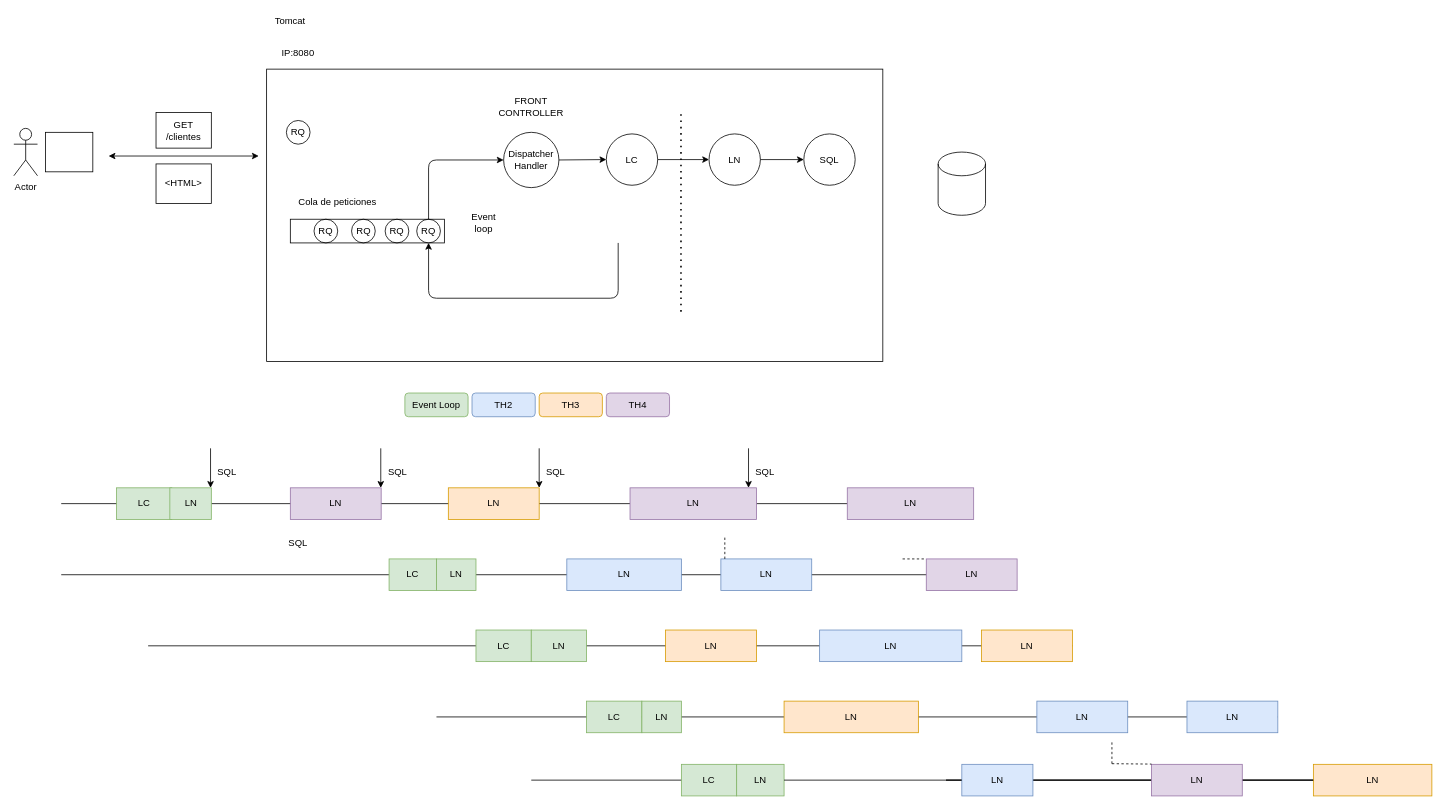
This is page "Página-13" (13 of 20) of panel_microservicios_webflux_05_2022.drawio from lrag/WebFlux, a draw.io file, before an edit. Source tidied: cells renumbered, new cells numbered last; positions are measured from the earlier drawing's top-left corner, leaving out a move shared by most shapes. Both pictures are drawn from the tidied source at 79%, with x=0, y=0 at pixel (13, 13).
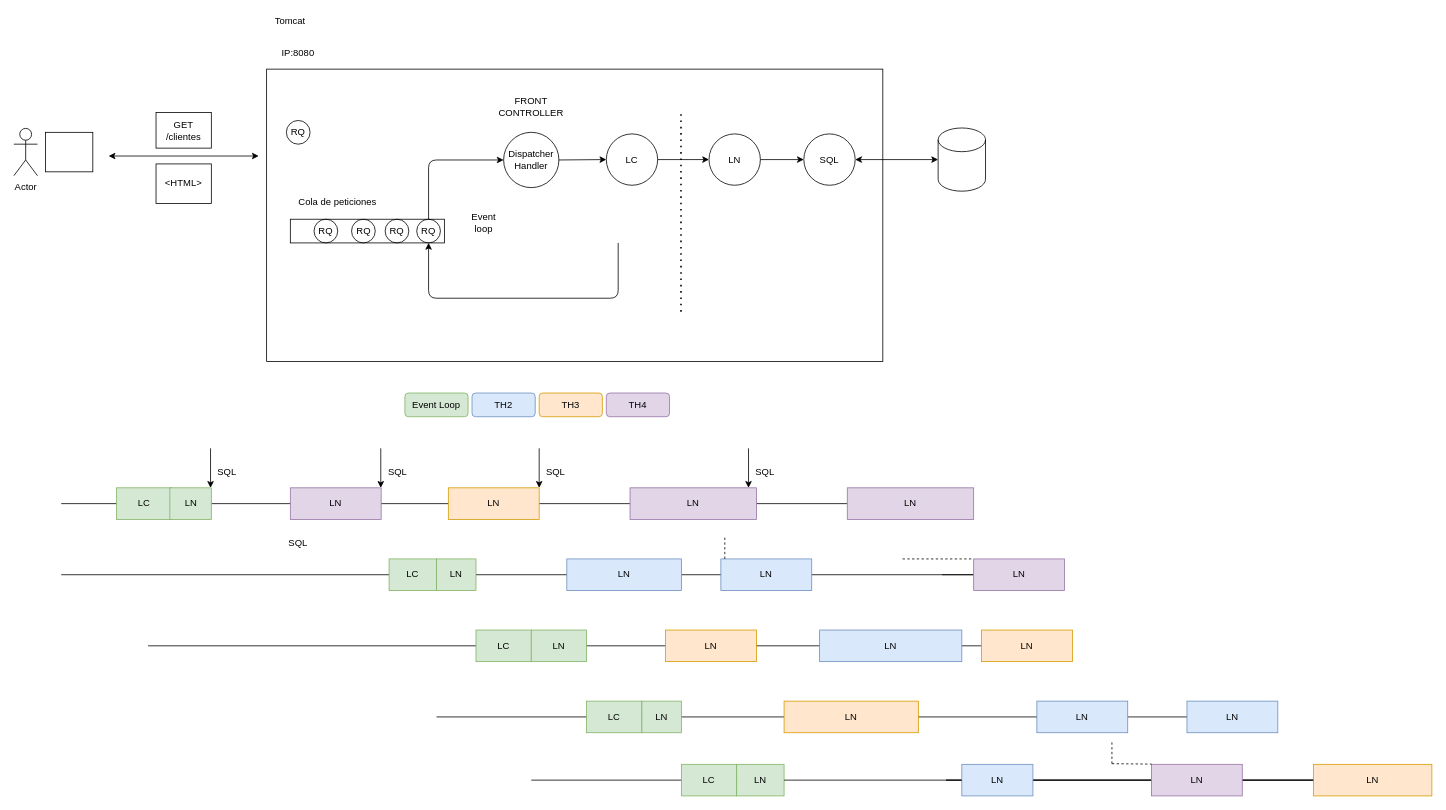
The same page after the edit.

Unchanged cells that the change refers to:
```xml
<mxCell id="83" value="SQL" style="ellipse;whiteSpace=wrap;html=1;fillColor=none;" parent="1" vertex="1">
  <mxGeometry x="1000" y="152" width="65" height="65" as="geometry" />
</mxCell>
```

The edit, as a diff of the source:
```diff
@@
     <mxCell id="21" style="shape=cylinder3;whiteSpace=wrap;html=1;boundedLbl=1;backgroundOutline=1;size=15;fillColor=none;" parent="1" vertex="1">
-      <mxGeometry x="1170" y="175" width="60" height="80" as="geometry" />
+      <mxGeometry x="1170" y="144.5" width="60" height="80" as="geometry" />
     </mxCell>
@@
     <mxCell id="38" value="LN" style="rounded=0;whiteSpace=wrap;html=1;fillColor=#e1d5e7;strokeColor=#9673a6;" parent="1" vertex="1">
-      <mxGeometry x="1155" y="690" width="115" height="40" as="geometry" />
+      <mxGeometry x="1215" y="690" width="115" height="40" as="geometry" />
     </mxCell>
@@
+    <mxCell id="86" style="endArrow=classic;startArrow=classic;html=1;rounded=0;exitX=1;exitY=0.5;exitDx=0;exitDy=0;" parent="1" edge="1" source="83" target="21">
+      <mxGeometry relative="1" as="geometry" />
+    </mxCell>
```
